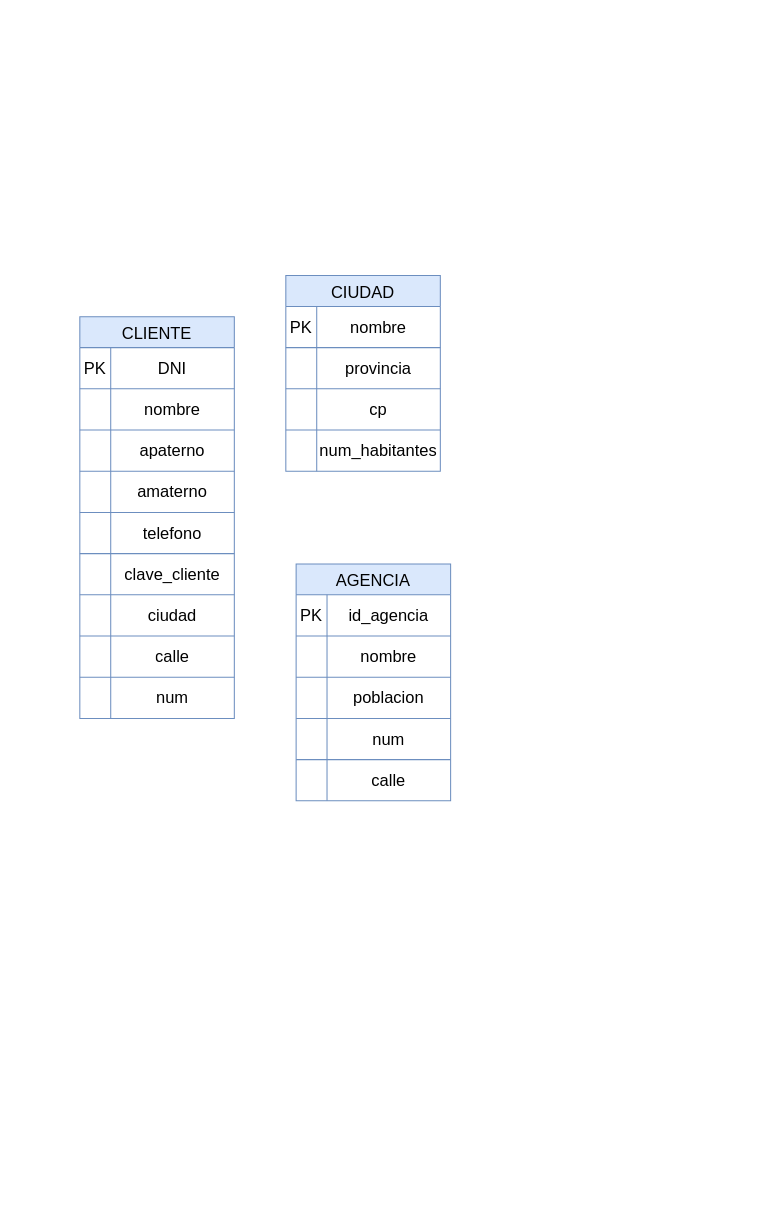
misiomishi/itcj keeps this draw.io diagram as Modelo Relacional Motocicletas TBD.drawio. Above is the earlier version. Source tidied: cells renumbered, new cells numbered last; positions are measured from the earlier drawing's top-left corner, leaving out a move shared by most shapes. Both pictures are drawn from the tidied source at 103%, with x=0, y=0 at pixel (79, 275).
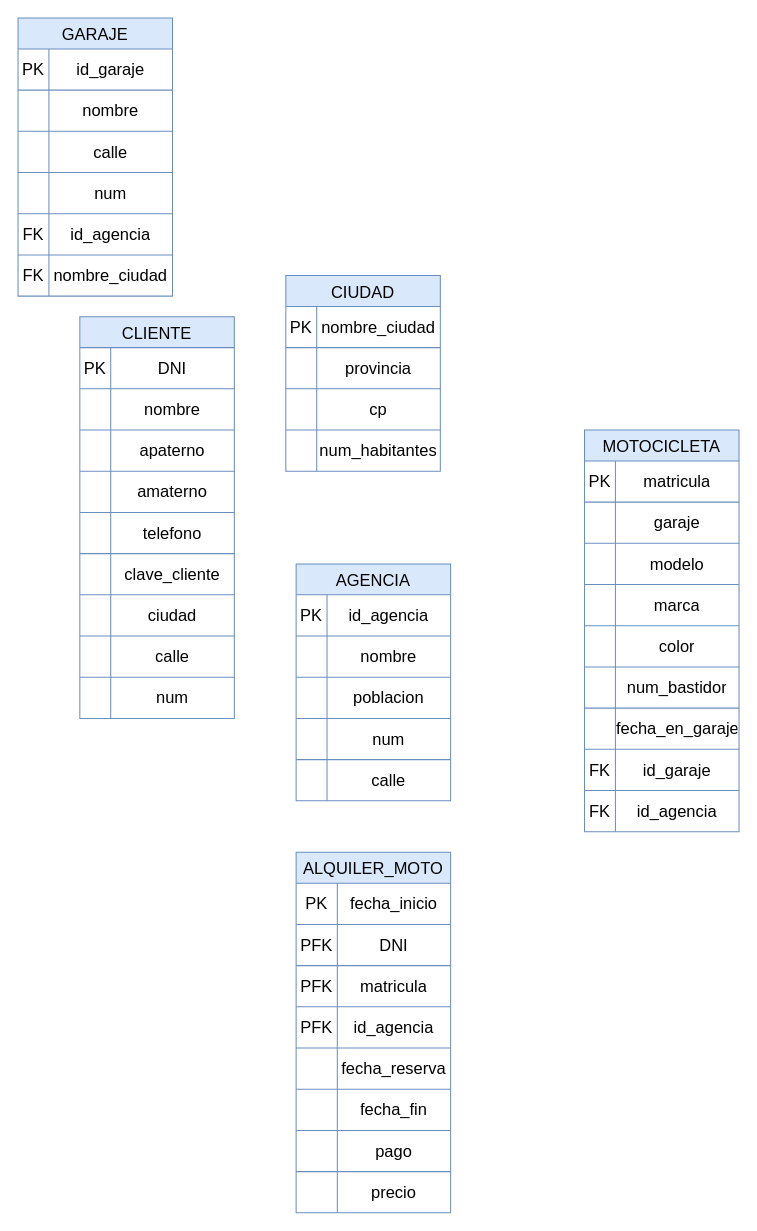
Above is the later version.

Unchanged cells that the change refers to:
```xml
<mxCell id="3" style="shape=tableRow;horizontal=0;startSize=0;swimlaneHead=0;swimlaneBody=0;strokeColor=inherit;top=0;left=0;bottom=0;right=0;fillColor=none;fontSize=16;" parent="2" vertex="1">
  <mxGeometry y="30" width="150" height="40" as="geometry" />
</mxCell>
```

What changed in the source:
```diff
@@
-    <mxCell id="5" value="nombre" style="shape=partialRectangle;html=1;whiteSpace=wrap;strokeColor=inherit;overflow=hidden;fillColor=none;top=0;left=0;bottom=0;right=0;fontSize=16;" parent="3" vertex="1">
+    <mxCell id="5" value="nombre_ciudad" style="shape=partialRectangle;html=1;whiteSpace=wrap;strokeColor=inherit;overflow=hidden;fillColor=none;top=0;left=0;bottom=0;right=0;fontSize=16;" parent="3" vertex="1">
       <mxGeometry x="30" width="120" height="40" as="geometry" />
     </mxCell>
@@
+    <mxCell id="59" value="MOTOCICLETA" style="shape=table;startSize=30;childLayout=tableLayout;strokeColor=#6c8ebf;fontSize=16;fillColor=#dae8fc;" parent="1" vertex="1">
+      <mxGeometry x="490" y="150" width="150" height="390" as="geometry" />
+    </mxCell>
+    <mxCell id="60" style="shape=tableRow;horizontal=0;startSize=0;swimlaneHead=0;swimlaneBody=0;strokeColor=inherit;top=0;left=0;bottom=0;right=0;fillColor=none;fontSize=16;" parent="59" vertex="1">
+      <mxGeometry y="30" width="150" height="40" as="geometry" />
+    </mxCell>
+    <mxCell id="61" value="PK" style="shape=partialRectangle;html=1;whiteSpace=wrap;strokeColor=inherit;overflow=hidden;fillColor=none;top=0;left=0;bottom=0;right=0;fontSize=16;" parent="60" vertex="1">
+      <mxGeometry width="30" height="40" as="geometry" />
+    </mxCell>
+    <mxCell id="62" value="matricula" style="shape=partialRectangle;html=1;whiteSpace=wrap;strokeColor=inherit;overflow=hidden;fillColor=none;top=0;left=0;bottom=0;right=0;fontSize=16;" parent="60" vertex="1">
+      <mxGeometry x="30" width="120" height="40" as="geometry" />
+    </mxCell>
+    <mxCell id="63" style="shape=tableRow;horizontal=0;startSize=0;swimlaneHead=0;swimlaneBody=0;strokeColor=inherit;top=0;left=0;bottom=0;right=0;fillColor=none;fontSize=16;" parent="59" vertex="1">
+      <mxGeometry y="70" width="150" height="40" as="geometry" />
+    </mxCell>
+    <mxCell id="64" style="shape=partialRectangle;html=1;whiteSpace=wrap;strokeColor=inherit;overflow=hidden;fillColor=none;top=0;left=0;bottom=0;right=0;fontSize=16;" parent="63" vertex="1">
+      <mxGeometry width="30" height="40" as="geometry" />
+    </mxCell>
+    <mxCell id="65" value="garaje" style="shape=partialRectangle;html=1;whiteSpace=wrap;strokeColor=inherit;overflow=hidden;fillColor=none;top=0;left=0;bottom=0;right=0;fontSize=16;" parent="63" vertex="1">
+      <mxGeometry x="30" width="120" height="40" as="geometry" />
+    </mxCell>
+    <mxCell id="66" style="shape=tableRow;horizontal=0;startSize=0;swimlaneHead=0;swimlaneBody=0;strokeColor=inherit;top=0;left=0;bottom=0;right=0;fillColor=none;fontSize=16;" parent="59" vertex="1">
+      <mxGeometry y="110" width="150" height="40" as="geometry" />
+    </mxCell>
+    <mxCell id="67" style="shape=partialRectangle;html=1;whiteSpace=wrap;strokeColor=inherit;overflow=hidden;fillColor=none;top=0;left=0;bottom=0;right=0;fontSize=16;" parent="66" vertex="1">
+      <mxGeometry width="30" height="40" as="geometry" />
+    </mxCell>
+    <mxCell id="68" value="modelo" style="shape=partialRectangle;html=1;whiteSpace=wrap;strokeColor=inherit;overflow=hidden;fillColor=none;top=0;left=0;bottom=0;right=0;fontSize=16;" parent="66" vertex="1">
+      <mxGeometry x="30" width="120" height="40" as="geometry" />
+    </mxCell>
+    <mxCell id="69" style="shape=tableRow;horizontal=0;startSize=0;swimlaneHead=0;swimlaneBody=0;strokeColor=inherit;top=0;left=0;bottom=0;right=0;fillColor=none;fontSize=16;" parent="59" vertex="1">
+      <mxGeometry y="150" width="150" height="40" as="geometry" />
+    </mxCell>
+    <mxCell id="70" style="shape=partialRectangle;html=1;whiteSpace=wrap;strokeColor=inherit;overflow=hidden;fillColor=none;top=0;left=0;bottom=0;right=0;fontSize=16;" parent="69" vertex="1">
+      <mxGeometry width="30" height="40" as="geometry" />
+    </mxCell>
+    <mxCell id="71" value="marca" style="shape=partialRectangle;html=1;whiteSpace=wrap;strokeColor=inherit;overflow=hidden;fillColor=none;top=0;left=0;bottom=0;right=0;fontSize=16;" parent="69" vertex="1">
+      <mxGeometry x="30" width="120" height="40" as="geometry" />
+    </mxCell>
+    <mxCell id="72" style="shape=tableRow;horizontal=0;startSize=0;swimlaneHead=0;swimlaneBody=0;strokeColor=inherit;top=0;left=0;bottom=0;right=0;fillColor=none;fontSize=16;" parent="59" vertex="1">
+      <mxGeometry y="190" width="150" height="40" as="geometry" />
+    </mxCell>
+    <mxCell id="73" style="shape=partialRectangle;html=1;whiteSpace=wrap;strokeColor=inherit;overflow=hidden;fillColor=none;top=0;left=0;bottom=0;right=0;fontSize=16;" parent="72" vertex="1">
+      <mxGeometry width="30" height="40" as="geometry" />
+    </mxCell>
+    <mxCell id="74" value="color" style="shape=partialRectangle;html=1;whiteSpace=wrap;strokeColor=inherit;overflow=hidden;fillColor=none;top=0;left=0;bottom=0;right=0;fontSize=16;" parent="72" vertex="1">
+      <mxGeometry x="30" width="120" height="40" as="geometry" />
+    </mxCell>
+    <mxCell id="75" style="shape=tableRow;horizontal=0;startSize=0;swimlaneHead=0;swimlaneBody=0;strokeColor=inherit;top=0;left=0;bottom=0;right=0;fillColor=none;fontSize=16;" parent="59" vertex="1">
+      <mxGeometry y="230" width="150" height="40" as="geometry" />
+    </mxCell>
+    <mxCell id="76" style="shape=partialRectangle;html=1;whiteSpace=wrap;strokeColor=inherit;overflow=hidden;fillColor=none;top=0;left=0;bottom=0;right=0;fontSize=16;" parent="75" vertex="1">
+      <mxGeometry width="30" height="40" as="geometry" />
+    </mxCell>
+    <mxCell id="77" value="num_bastidor" style="shape=partialRectangle;html=1;whiteSpace=wrap;strokeColor=inherit;overflow=hidden;fillColor=none;top=0;left=0;bottom=0;right=0;fontSize=16;" parent="75" vertex="1">
+      <mxGeometry x="30" width="120" height="40" as="geometry" />
+    </mxCell>
+    <mxCell id="78" style="shape=tableRow;horizontal=0;startSize=0;swimlaneHead=0;swimlaneBody=0;strokeColor=inherit;top=0;left=0;bottom=0;right=0;fillColor=none;fontSize=16;" parent="59" vertex="1">
+      <mxGeometry y="270" width="150" height="40" as="geometry" />
+    </mxCell>
+    <mxCell id="79" style="shape=partialRectangle;html=1;whiteSpace=wrap;strokeColor=inherit;overflow=hidden;fillColor=none;top=0;left=0;bottom=0;right=0;fontSize=16;" parent="78" vertex="1">
+      <mxGeometry width="30" height="40" as="geometry" />
+    </mxCell>
+    <mxCell id="80" value="fecha_en_garaje" style="shape=partialRectangle;html=1;whiteSpace=wrap;strokeColor=inherit;overflow=hidden;fillColor=none;top=0;left=0;bottom=0;right=0;fontSize=16;" parent="78" vertex="1">
+      <mxGeometry x="30" width="120" height="40" as="geometry" />
+    </mxCell>
+    <mxCell id="81" style="shape=tableRow;horizontal=0;startSize=0;swimlaneHead=0;swimlaneBody=0;strokeColor=inherit;top=0;left=0;bottom=0;right=0;fillColor=none;fontSize=16;" parent="59" vertex="1">
+      <mxGeometry y="310" width="150" height="40" as="geometry" />
+    </mxCell>
+    <mxCell id="82" value="FK" style="shape=partialRectangle;html=1;whiteSpace=wrap;strokeColor=inherit;overflow=hidden;fillColor=none;top=0;left=0;bottom=0;right=0;fontSize=16;" parent="81" vertex="1">
+      <mxGeometry width="30" height="40" as="geometry" />
+    </mxCell>
+    <mxCell id="83" value="id_garaje" style="shape=partialRectangle;html=1;whiteSpace=wrap;strokeColor=inherit;overflow=hidden;fillColor=none;top=0;left=0;bottom=0;right=0;fontSize=16;" parent="81" vertex="1">
+      <mxGeometry x="30" width="120" height="40" as="geometry" />
+    </mxCell>
+    <mxCell id="84" style="shape=tableRow;horizontal=0;startSize=0;swimlaneHead=0;swimlaneBody=0;strokeColor=inherit;top=0;left=0;bottom=0;right=0;fillColor=none;fontSize=16;" parent="59" vertex="1">
+      <mxGeometry y="350" width="150" height="40" as="geometry" />
+    </mxCell>
+    <mxCell id="85" value="FK" style="shape=partialRectangle;html=1;whiteSpace=wrap;strokeColor=inherit;overflow=hidden;fillColor=none;top=0;left=0;bottom=0;right=0;fontSize=16;" parent="84" vertex="1">
+      <mxGeometry width="30" height="40" as="geometry" />
+    </mxCell>
+    <mxCell id="86" value="id_agencia" style="shape=partialRectangle;html=1;whiteSpace=wrap;strokeColor=inherit;overflow=hidden;fillColor=none;top=0;left=0;bottom=0;right=0;fontSize=16;" parent="84" vertex="1">
+      <mxGeometry x="30" width="120" height="40" as="geometry" />
+    </mxCell>
+    <mxCell id="87" value="GARAJE" style="shape=table;startSize=30;childLayout=tableLayout;strokeColor=#6c8ebf;fontSize=16;fillColor=#dae8fc;" parent="1" vertex="1">
+      <mxGeometry x="-60" y="-250" width="150" height="270" as="geometry" />
+    </mxCell>
+    <mxCell id="88" style="shape=tableRow;horizontal=0;startSize=0;swimlaneHead=0;swimlaneBody=0;strokeColor=inherit;top=0;left=0;bottom=0;right=0;fillColor=none;fontSize=16;" parent="87" vertex="1">
+      <mxGeometry y="30" width="150" height="40" as="geometry" />
+    </mxCell>
+    <mxCell id="89" value="PK" style="shape=partialRectangle;html=1;whiteSpace=wrap;strokeColor=inherit;overflow=hidden;fillColor=none;top=0;left=0;bottom=0;right=0;fontSize=16;" parent="88" vertex="1">
+      <mxGeometry width="30" height="40" as="geometry" />
+    </mxCell>
+    <mxCell id="90" value="id_garaje" style="shape=partialRectangle;html=1;whiteSpace=wrap;strokeColor=inherit;overflow=hidden;fillColor=none;top=0;left=0;bottom=0;right=0;fontSize=16;" parent="88" vertex="1">
+      <mxGeometry x="30" width="120" height="40" as="geometry" />
+    </mxCell>
+    <mxCell id="91" style="shape=tableRow;horizontal=0;startSize=0;swimlaneHead=0;swimlaneBody=0;strokeColor=inherit;top=0;left=0;bottom=0;right=0;fillColor=none;fontSize=16;" parent="87" vertex="1">
+      <mxGeometry y="70" width="150" height="40" as="geometry" />
+    </mxCell>
+    <mxCell id="92" style="shape=partialRectangle;html=1;whiteSpace=wrap;strokeColor=inherit;overflow=hidden;fillColor=none;top=0;left=0;bottom=0;right=0;fontSize=16;" parent="91" vertex="1">
+      <mxGeometry width="30" height="40" as="geometry" />
+    </mxCell>
+    <mxCell id="93" value="nombre" style="shape=partialRectangle;html=1;whiteSpace=wrap;strokeColor=inherit;overflow=hidden;fillColor=none;top=0;left=0;bottom=0;right=0;fontSize=16;" parent="91" vertex="1">
+      <mxGeometry x="30" width="120" height="40" as="geometry" />
+    </mxCell>
+    <mxCell id="94" style="shape=tableRow;horizontal=0;startSize=0;swimlaneHead=0;swimlaneBody=0;strokeColor=inherit;top=0;left=0;bottom=0;right=0;fillColor=none;fontSize=16;" parent="87" vertex="1">
+      <mxGeometry y="110" width="150" height="40" as="geometry" />
+    </mxCell>
+    <mxCell id="95" style="shape=partialRectangle;html=1;whiteSpace=wrap;strokeColor=inherit;overflow=hidden;fillColor=none;top=0;left=0;bottom=0;right=0;fontSize=16;" parent="94" vertex="1">
+      <mxGeometry width="30" height="40" as="geometry" />
+    </mxCell>
+    <mxCell id="96" value="calle" style="shape=partialRectangle;html=1;whiteSpace=wrap;strokeColor=inherit;overflow=hidden;fillColor=none;top=0;left=0;bottom=0;right=0;fontSize=16;" parent="94" vertex="1">
+      <mxGeometry x="30" width="120" height="40" as="geometry" />
+    </mxCell>
+    <mxCell id="97" style="shape=tableRow;horizontal=0;startSize=0;swimlaneHead=0;swimlaneBody=0;strokeColor=inherit;top=0;left=0;bottom=0;right=0;fillColor=none;fontSize=16;" parent="87" vertex="1">
+      <mxGeometry y="150" width="150" height="40" as="geometry" />
+    </mxCell>
+    <mxCell id="98" style="shape=partialRectangle;html=1;whiteSpace=wrap;strokeColor=inherit;overflow=hidden;fillColor=none;top=0;left=0;bottom=0;right=0;fontSize=16;" parent="97" vertex="1">
+      <mxGeometry width="30" height="40" as="geometry" />
+    </mxCell>
+    <mxCell id="99" value="num" style="shape=partialRectangle;html=1;whiteSpace=wrap;strokeColor=inherit;overflow=hidden;fillColor=none;top=0;left=0;bottom=0;right=0;fontSize=16;" parent="97" vertex="1">
+      <mxGeometry x="30" width="120" height="40" as="geometry" />
+    </mxCell>
+    <mxCell id="100" style="shape=tableRow;horizontal=0;startSize=0;swimlaneHead=0;swimlaneBody=0;strokeColor=inherit;top=0;left=0;bottom=0;right=0;fillColor=none;fontSize=16;" parent="87" vertex="1">
+      <mxGeometry y="190" width="150" height="40" as="geometry" />
+    </mxCell>
+    <mxCell id="101" value="FK" style="shape=partialRectangle;html=1;whiteSpace=wrap;strokeColor=inherit;overflow=hidden;fillColor=none;top=0;left=0;bottom=0;right=0;fontSize=16;" parent="100" vertex="1">
+      <mxGeometry width="30" height="40" as="geometry" />
+    </mxCell>
+    <mxCell id="102" value="id_agencia" style="shape=partialRectangle;html=1;whiteSpace=wrap;strokeColor=inherit;overflow=hidden;fillColor=none;top=0;left=0;bottom=0;right=0;fontSize=16;" parent="100" vertex="1">
+      <mxGeometry x="30" width="120" height="40" as="geometry" />
+    </mxCell>
+    <mxCell id="103" style="shape=tableRow;horizontal=0;startSize=0;swimlaneHead=0;swimlaneBody=0;strokeColor=inherit;top=0;left=0;bottom=0;right=0;fillColor=none;fontSize=16;" parent="87" vertex="1">
+      <mxGeometry y="230" width="150" height="40" as="geometry" />
+    </mxCell>
+    <mxCell id="104" value="FK" style="shape=partialRectangle;html=1;whiteSpace=wrap;strokeColor=inherit;overflow=hidden;fillColor=none;top=0;left=0;bottom=0;right=0;fontSize=16;" parent="103" vertex="1">
+      <mxGeometry width="30" height="40" as="geometry" />
+    </mxCell>
+    <mxCell id="105" value="nombre_ciudad" style="shape=partialRectangle;html=1;whiteSpace=wrap;strokeColor=inherit;overflow=hidden;fillColor=none;top=0;left=0;bottom=0;right=0;fontSize=16;" parent="103" vertex="1">
+      <mxGeometry x="30" width="120" height="40" as="geometry" />
+    </mxCell>
+    <mxCell id="106" value="ALQUILER_MOTO" style="shape=table;startSize=30;childLayout=tableLayout;strokeColor=#6c8ebf;fontSize=16;fillColor=#dae8fc;" parent="1" vertex="1">
+      <mxGeometry x="210" y="560" width="150" height="350" as="geometry" />
+    </mxCell>
+    <mxCell id="107" style="shape=tableRow;horizontal=0;startSize=0;swimlaneHead=0;swimlaneBody=0;strokeColor=inherit;top=0;left=0;bottom=0;right=0;fillColor=none;fontSize=16;" parent="106" vertex="1">
+      <mxGeometry y="30" width="150" height="40" as="geometry" />
+    </mxCell>
+    <mxCell id="108" value="PK" style="shape=partialRectangle;html=1;whiteSpace=wrap;strokeColor=inherit;overflow=hidden;fillColor=none;top=0;left=0;bottom=0;right=0;fontSize=16;" parent="107" vertex="1">
+      <mxGeometry width="40" height="40" as="geometry" />
+    </mxCell>
+    <mxCell id="109" value="fecha_inicio" style="shape=partialRectangle;html=1;whiteSpace=wrap;strokeColor=inherit;overflow=hidden;fillColor=none;top=0;left=0;bottom=0;right=0;fontSize=16;" parent="107" vertex="1">
+      <mxGeometry x="40" width="110" height="40" as="geometry" />
+    </mxCell>
+    <mxCell id="110" style="shape=tableRow;horizontal=0;startSize=0;swimlaneHead=0;swimlaneBody=0;strokeColor=inherit;top=0;left=0;bottom=0;right=0;fillColor=none;fontSize=16;" parent="106" vertex="1">
+      <mxGeometry y="70" width="150" height="40" as="geometry" />
+    </mxCell>
+    <mxCell id="111" value="PFK" style="shape=partialRectangle;html=1;whiteSpace=wrap;strokeColor=inherit;overflow=hidden;fillColor=none;top=0;left=0;bottom=0;right=0;fontSize=16;" parent="110" vertex="1">
+      <mxGeometry width="40" height="40" as="geometry" />
+    </mxCell>
+    <mxCell id="112" value="DNI" style="shape=partialRectangle;html=1;whiteSpace=wrap;strokeColor=inherit;overflow=hidden;fillColor=none;top=0;left=0;bottom=0;right=0;fontSize=16;" parent="110" vertex="1">
+      <mxGeometry x="40" width="110" height="40" as="geometry" />
+    </mxCell>
+    <mxCell id="113" style="shape=tableRow;horizontal=0;startSize=0;swimlaneHead=0;swimlaneBody=0;strokeColor=inherit;top=0;left=0;bottom=0;right=0;fillColor=none;fontSize=16;" parent="106" vertex="1">
+      <mxGeometry y="110" width="150" height="40" as="geometry" />
+    </mxCell>
+    <mxCell id="114" value="PFK" style="shape=partialRectangle;html=1;whiteSpace=wrap;strokeColor=inherit;overflow=hidden;fillColor=none;top=0;left=0;bottom=0;right=0;fontSize=16;" parent="113" vertex="1">
+      <mxGeometry width="40" height="40" as="geometry" />
+    </mxCell>
+    <mxCell id="115" value="matricula" style="shape=partialRectangle;html=1;whiteSpace=wrap;strokeColor=inherit;overflow=hidden;fillColor=none;top=0;left=0;bottom=0;right=0;fontSize=16;" parent="113" vertex="1">
+      <mxGeometry x="40" width="110" height="40" as="geometry" />
+    </mxCell>
+    <mxCell id="116" style="shape=tableRow;horizontal=0;startSize=0;swimlaneHead=0;swimlaneBody=0;strokeColor=inherit;top=0;left=0;bottom=0;right=0;fillColor=none;fontSize=16;" parent="106" vertex="1">
+      <mxGeometry y="150" width="150" height="40" as="geometry" />
+    </mxCell>
+    <mxCell id="117" value="PFK" style="shape=partialRectangle;html=1;whiteSpace=wrap;strokeColor=inherit;overflow=hidden;fillColor=none;top=0;left=0;bottom=0;right=0;fontSize=16;" parent="116" vertex="1">
+      <mxGeometry width="40" height="40" as="geometry" />
+    </mxCell>
+    <mxCell id="118" value="id_agencia" style="shape=partialRectangle;html=1;whiteSpace=wrap;strokeColor=inherit;overflow=hidden;fillColor=none;top=0;left=0;bottom=0;right=0;fontSize=16;" parent="116" vertex="1">
+      <mxGeometry x="40" width="110" height="40" as="geometry" />
+    </mxCell>
+    <mxCell id="119" style="shape=tableRow;horizontal=0;startSize=0;swimlaneHead=0;swimlaneBody=0;strokeColor=inherit;top=0;left=0;bottom=0;right=0;fillColor=none;fontSize=16;" parent="106" vertex="1">
+      <mxGeometry y="190" width="150" height="40" as="geometry" />
+    </mxCell>
+    <mxCell id="120" style="shape=partialRectangle;html=1;whiteSpace=wrap;strokeColor=inherit;overflow=hidden;fillColor=none;top=0;left=0;bottom=0;right=0;fontSize=16;" parent="119" vertex="1">
+      <mxGeometry width="40" height="40" as="geometry" />
+    </mxCell>
+    <mxCell id="121" value="fecha_reserva" style="shape=partialRectangle;html=1;whiteSpace=wrap;strokeColor=inherit;overflow=hidden;fillColor=none;top=0;left=0;bottom=0;right=0;fontSize=16;" parent="119" vertex="1">
+      <mxGeometry x="40" width="110" height="40" as="geometry" />
+    </mxCell>
+    <mxCell id="122" style="shape=tableRow;horizontal=0;startSize=0;swimlaneHead=0;swimlaneBody=0;strokeColor=inherit;top=0;left=0;bottom=0;right=0;fillColor=none;fontSize=16;" parent="106" vertex="1">
+      <mxGeometry y="230" width="150" height="40" as="geometry" />
+    </mxCell>
+    <mxCell id="123" style="shape=partialRectangle;html=1;whiteSpace=wrap;strokeColor=inherit;overflow=hidden;fillColor=none;top=0;left=0;bottom=0;right=0;fontSize=16;" parent="122" vertex="1">
+      <mxGeometry width="40" height="40" as="geometry" />
+    </mxCell>
+    <mxCell id="124" value="fecha_fin" style="shape=partialRectangle;html=1;whiteSpace=wrap;strokeColor=inherit;overflow=hidden;fillColor=none;top=0;left=0;bottom=0;right=0;fontSize=16;" parent="122" vertex="1">
+      <mxGeometry x="40" width="110" height="40" as="geometry" />
+    </mxCell>
+    <mxCell id="125" style="shape=tableRow;horizontal=0;startSize=0;swimlaneHead=0;swimlaneBody=0;strokeColor=inherit;top=0;left=0;bottom=0;right=0;fillColor=none;fontSize=16;" parent="106" vertex="1">
+      <mxGeometry y="270" width="150" height="40" as="geometry" />
+    </mxCell>
+    <mxCell id="126" style="shape=partialRectangle;html=1;whiteSpace=wrap;strokeColor=inherit;overflow=hidden;fillColor=none;top=0;left=0;bottom=0;right=0;fontSize=16;" parent="125" vertex="1">
+      <mxGeometry width="40" height="40" as="geometry" />
+    </mxCell>
+    <mxCell id="127" value="pago" style="shape=partialRectangle;html=1;whiteSpace=wrap;strokeColor=inherit;overflow=hidden;fillColor=none;top=0;left=0;bottom=0;right=0;fontSize=16;" parent="125" vertex="1">
+      <mxGeometry x="40" width="110" height="40" as="geometry" />
+    </mxCell>
+    <mxCell id="128" style="shape=tableRow;horizontal=0;startSize=0;swimlaneHead=0;swimlaneBody=0;strokeColor=inherit;top=0;left=0;bottom=0;right=0;fillColor=none;fontSize=16;" parent="106" vertex="1">
+      <mxGeometry y="310" width="150" height="40" as="geometry" />
+    </mxCell>
+    <mxCell id="129" style="shape=partialRectangle;html=1;whiteSpace=wrap;strokeColor=inherit;overflow=hidden;fillColor=none;top=0;left=0;bottom=0;right=0;fontSize=16;" parent="128" vertex="1">
+      <mxGeometry width="40" height="40" as="geometry" />
+    </mxCell>
+    <mxCell id="130" value="precio" style="shape=partialRectangle;html=1;whiteSpace=wrap;strokeColor=inherit;overflow=hidden;fillColor=none;top=0;left=0;bottom=0;right=0;fontSize=16;" parent="128" vertex="1">
+      <mxGeometry x="40" width="110" height="40" as="geometry" />
+    </mxCell>
```
